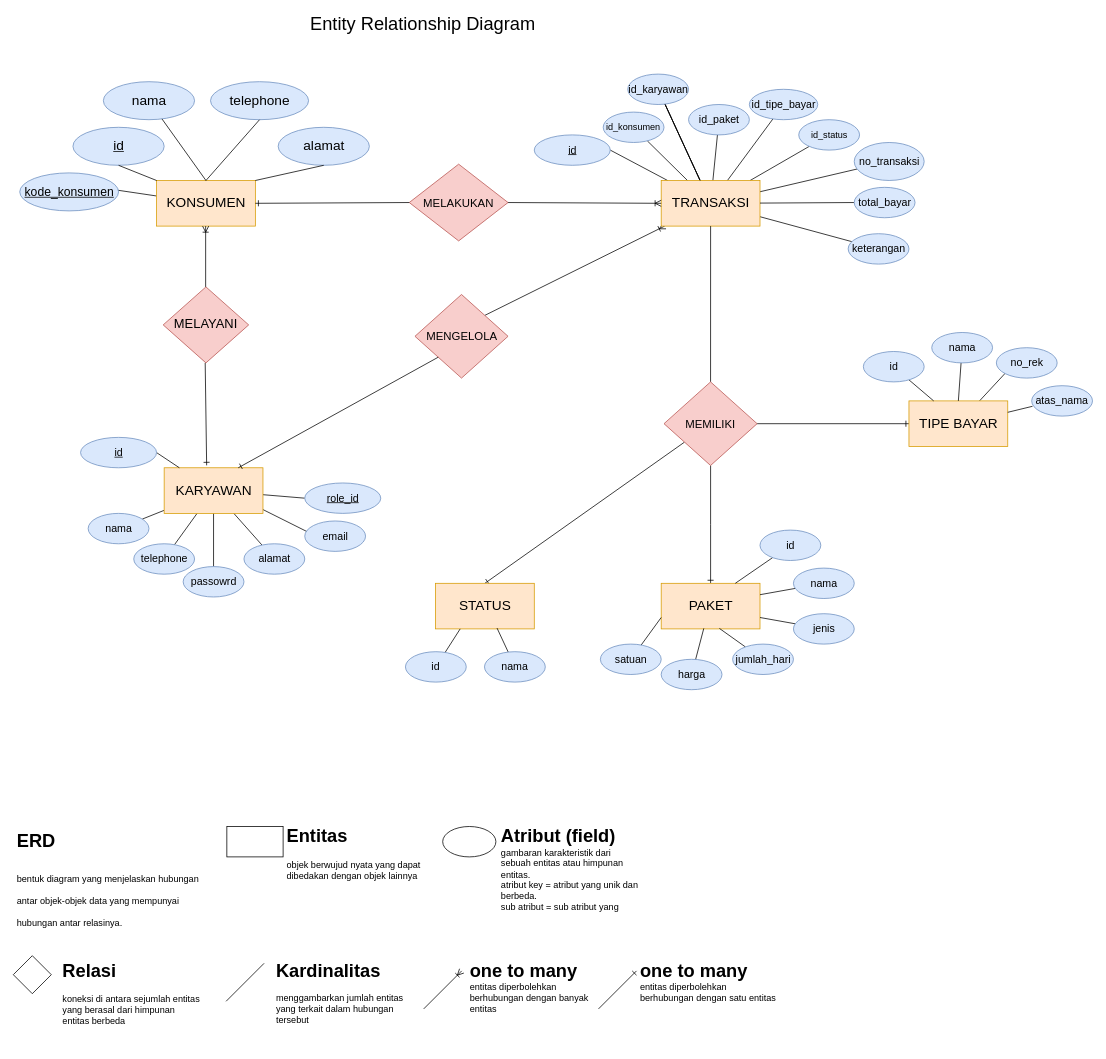
The draw.io diagram page "page-1" (1 of 6) of Desain Ujikom.drawio in alditasptnsr/ujikom_aldita, before the edit. Source tidied: cells renumbered, new cells numbered last; positions are measured from the earlier drawing's top-left corner, leaving out a move shared by most shapes. Both pictures are drawn from the tidied source at 76%, with x=0, y=0 at pixel (13, 13).
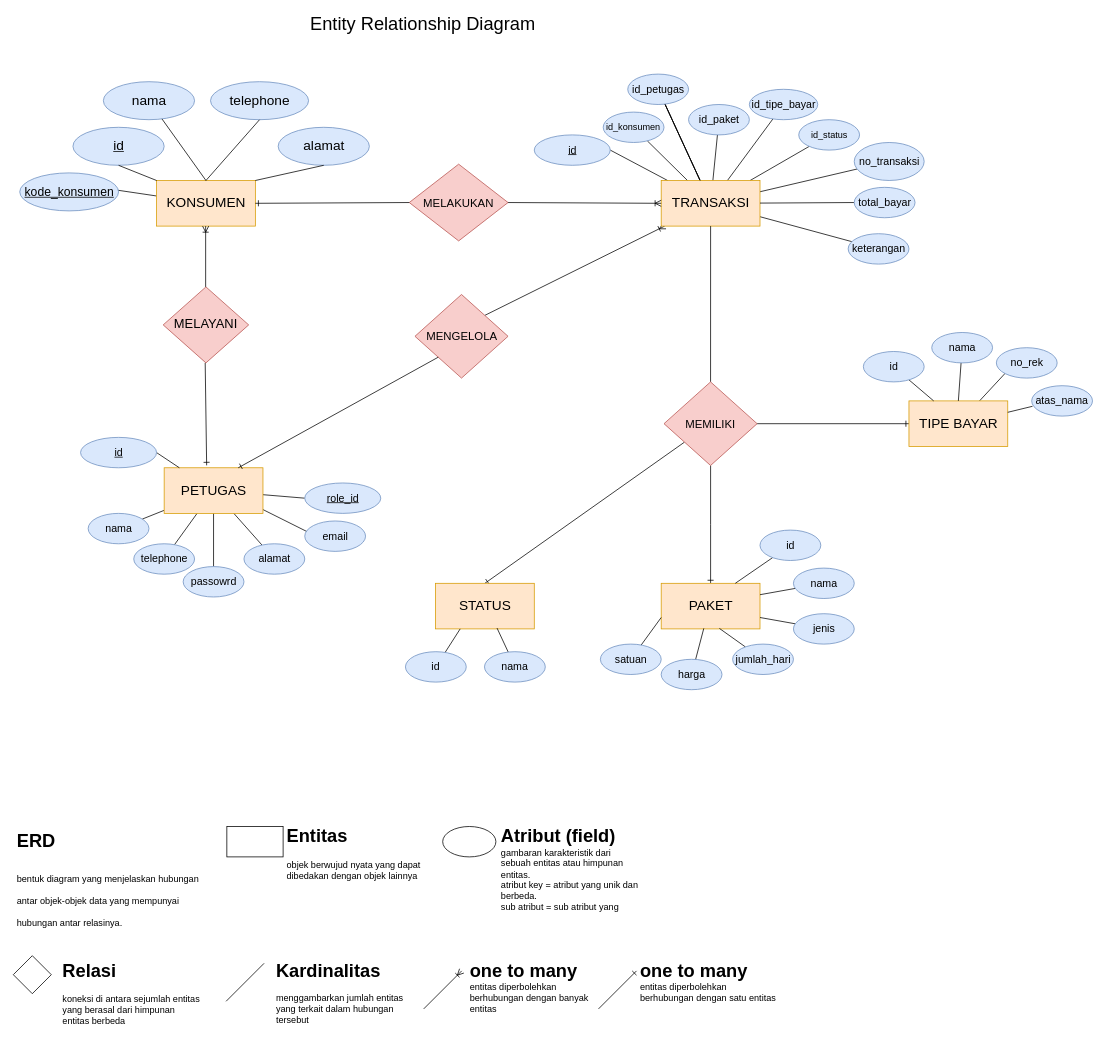
Above is the later version.

Change to the diagram source:
```diff
@@
-    <mxCell id="10" value="&lt;font style=&quot;font-size: 18px;&quot;&gt;KARYAWAN&lt;/font&gt;" style="whiteSpace=wrap;html=1;align=center;fillColor=#ffe6cc;strokeColor=#d79b00;" parent="1" vertex="1">
+    <mxCell id="10" value="&lt;font style=&quot;font-size: 18px;&quot;&gt;PETUGAS&lt;/font&gt;" style="whiteSpace=wrap;html=1;align=center;fillColor=#ffe6cc;strokeColor=#d79b00;" parent="1" vertex="1">
       <mxGeometry x="198.5" y="598" width="130" height="60" as="geometry" />
     </mxCell>
@@
-    <mxCell id="40" value="&lt;font style=&quot;font-size: 14px;&quot;&gt;id_karyawan&lt;/font&gt;" style="ellipse;whiteSpace=wrap;html=1;fillColor=#dae8fc;strokeColor=#6c8ebf;" parent="1" vertex="1">
+    <mxCell id="40" value="&lt;font style=&quot;font-size: 14px;&quot;&gt;id_petugas&lt;/font&gt;" style="ellipse;whiteSpace=wrap;html=1;fillColor=#dae8fc;strokeColor=#6c8ebf;" parent="1" vertex="1">
       <mxGeometry x="808.5" y="80" width="80" height="40" as="geometry" />
     </mxCell>
```
